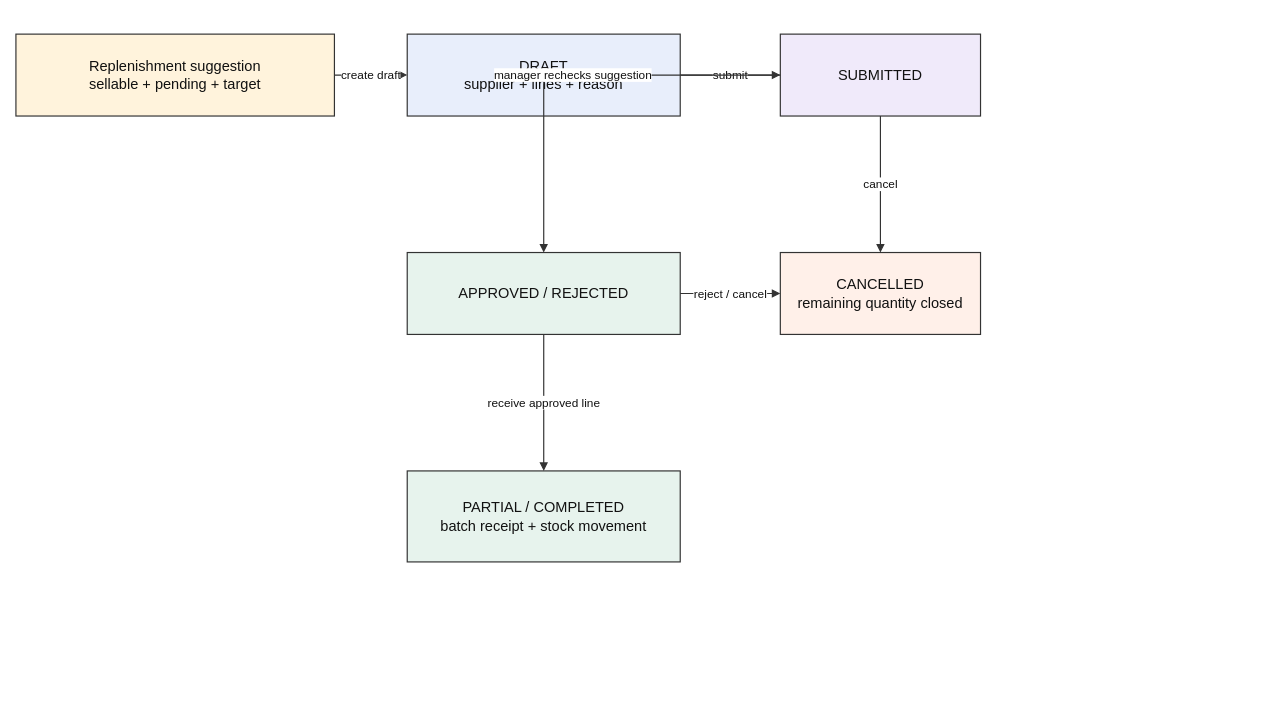
Before: thesis/figure-assets/diagrams/26-purchasing-workflow.drawio in ZeroRegister/SupermarketsSystem, a draw.io diagram. Source tidied: cells renumbered, new cells numbered last; positions are measured from the earlier drawing's top-left corner, leaving out a move shared by most shapes. Both pictures are drawn from the tidied source at 91%, with x=0, y=0 at pixel (15, 34).
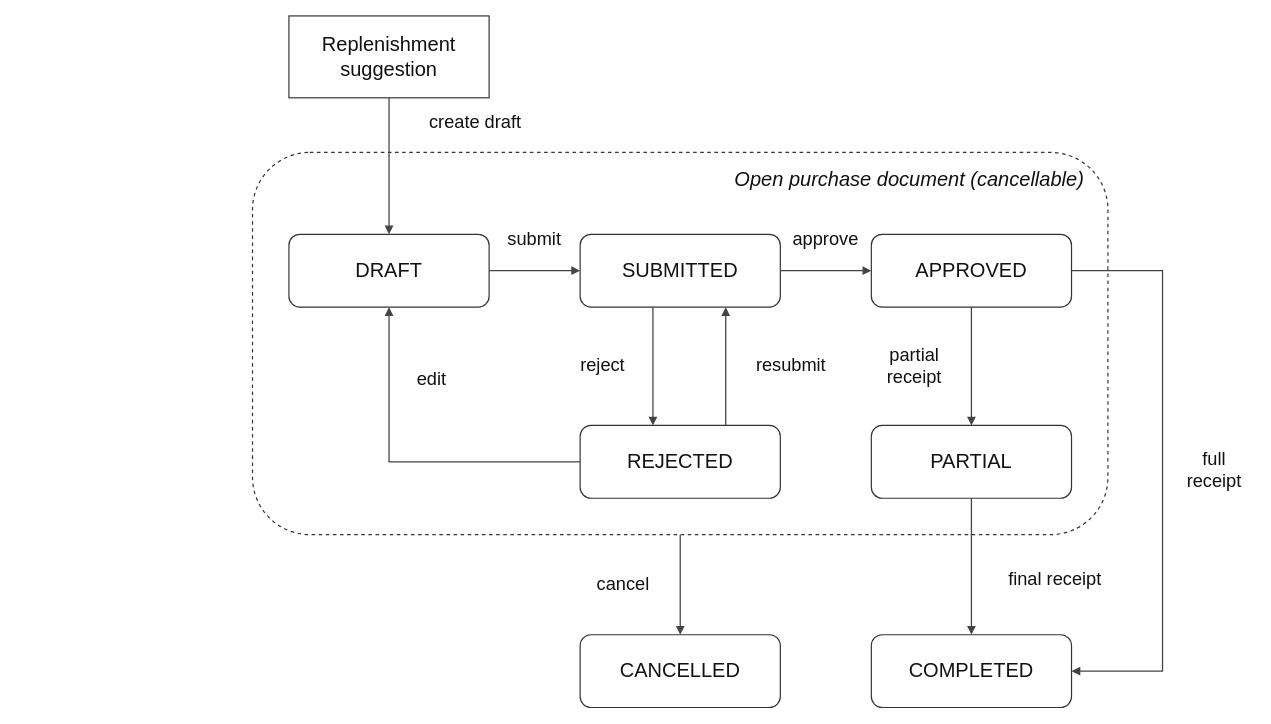
After the change.

Diff of the diagram source:
```diff
@@
-    <mxCell id="2" value="Replenishment suggestion&#10;sellable + pending + target" style="whiteSpace=wrap;html=1;fontFamily=Arial;fontSize=16;fontColor=#111111;strokeColor=#333333;strokeWidth=1.3;rounded=0;fillColor=#ffffff;fillColor=#fff3dc;" parent="1" vertex="1">
-      <mxGeometry width="350" height="90" as="geometry" />
+    <mxCell id="2" value="Replenishment&#10;suggestion" style="whiteSpace=wrap;html=1;fontFamily=Arial;fontSize=22;fontColor=#111111;strokeColor=#333333;strokeWidth=1.3;rounded=0;fillColor=#ffffff;fontSize=22;" parent="1" vertex="1">
+      <mxGeometry x="300" y="-20" width="220" height="90" as="geometry" />
     </mxCell>
-    <mxCell id="3" value="DRAFT&#10;supplier + lines + reason" style="whiteSpace=wrap;html=1;fontFamily=Arial;fontSize=16;fontColor=#111111;strokeColor=#333333;strokeWidth=1.3;rounded=0;fillColor=#ffffff;fillColor=#e8eefb;" parent="1" vertex="1">
-      <mxGeometry x="430" width="300" height="90" as="geometry" />
+    <mxCell id="3" value="Open purchase document (cancellable)" style="whiteSpace=wrap;html=1;fontFamily=Arial;fontSize=22;fontColor=#111111;strokeColor=#333333;strokeWidth=1.3;rounded=0;fillColor=#ffffff;rounded=1;dashed=1;fillColor=none;align=right;verticalAlign=top;spacingRight=24;spacingTop=10;fontStyle=2;fontSize=22;" parent="1" vertex="1">
+      <mxGeometry x="260" y="130" width="940" height="420" as="geometry" />
     </mxCell>
-    <mxCell id="4" value="SUBMITTED" style="whiteSpace=wrap;html=1;fontFamily=Arial;fontSize=16;fontColor=#111111;strokeColor=#333333;strokeWidth=1.3;rounded=0;fillColor=#ffffff;fillColor=#f0eafa;" parent="1" vertex="1">
-      <mxGeometry x="840" width="220" height="90" as="geometry" />
+    <mxCell id="4" value="DRAFT" style="whiteSpace=wrap;html=1;fontFamily=Arial;fontSize=22;fontColor=#111111;strokeColor=#333333;strokeWidth=1.3;rounded=0;fillColor=#ffffff;rounded=1;fontSize=22;" parent="1" vertex="1">
+      <mxGeometry x="300" y="220" width="220" height="80" as="geometry" />
     </mxCell>
-    <mxCell id="5" value="APPROVED / REJECTED" style="whiteSpace=wrap;html=1;fontFamily=Arial;fontSize=16;fontColor=#111111;strokeColor=#333333;strokeWidth=1.3;rounded=0;fillColor=#ffffff;fillColor=#e7f3ed;" parent="1" vertex="1">
-      <mxGeometry x="430" y="240" width="300" height="90" as="geometry" />
+    <mxCell id="5" value="SUBMITTED" style="whiteSpace=wrap;html=1;fontFamily=Arial;fontSize=22;fontColor=#111111;strokeColor=#333333;strokeWidth=1.3;rounded=0;fillColor=#ffffff;rounded=1;fontSize=22;" parent="1" vertex="1">
+      <mxGeometry x="620" y="220" width="220" height="80" as="geometry" />
     </mxCell>
-    <mxCell id="6" value="PARTIAL / COMPLETED&#10;batch receipt + stock movement" style="whiteSpace=wrap;html=1;fontFamily=Arial;fontSize=16;fontColor=#111111;strokeColor=#333333;strokeWidth=1.3;rounded=0;fillColor=#ffffff;fillColor=#e7f3ed;" parent="1" vertex="1">
-      <mxGeometry x="430" y="480" width="300" height="100" as="geometry" />
+    <mxCell id="6" value="APPROVED" style="whiteSpace=wrap;html=1;fontFamily=Arial;fontSize=22;fontColor=#111111;strokeColor=#333333;strokeWidth=1.3;rounded=0;fillColor=#ffffff;rounded=1;fontSize=22;" parent="1" vertex="1">
+      <mxGeometry x="940" y="220" width="220" height="80" as="geometry" />
     </mxCell>
-    <mxCell id="7" value="CANCELLED&#10;remaining quantity closed" style="whiteSpace=wrap;html=1;fontFamily=Arial;fontSize=16;fontColor=#111111;strokeColor=#333333;strokeWidth=1.3;rounded=0;fillColor=#ffffff;fillColor=#fff0e9;" parent="1" vertex="1">
-      <mxGeometry x="840" y="240" width="220" height="90" as="geometry" />
+    <mxCell id="7" value="REJECTED" style="whiteSpace=wrap;html=1;fontFamily=Arial;fontSize=22;fontColor=#111111;strokeColor=#333333;strokeWidth=1.3;rounded=0;fillColor=#ffffff;rounded=1;fontSize=22;" parent="1" vertex="1">
+      <mxGeometry x="620" y="430" width="220" height="80" as="geometry" />
     </mxCell>
-    <mxCell id="8" value="create draft" style="whiteSpace=wrap;html=1;fontFamily=Arial;fontSize=16;fontColor=#111111;strokeColor=#333333;strokeWidth=1.3;edgeStyle=orthogonalEdgeStyle;rounded=1;jettySize=auto;fontSize=13;whiteSpace=nowrap;labelBackgroundColor=#ffffff;endArrow=block;endFill=1;" parent="1" edge="1" source="2" target="3">
-      <mxGeometry relative="1" as="geometry" />
+    <mxCell id="8" value="PARTIAL" style="whiteSpace=wrap;html=1;fontFamily=Arial;fontSize=22;fontColor=#111111;strokeColor=#333333;strokeWidth=1.3;rounded=0;fillColor=#ffffff;rounded=1;fontSize=22;" parent="1" vertex="1">
+      <mxGeometry x="940" y="430" width="220" height="80" as="geometry" />
     </mxCell>
-    <mxCell id="9" value="submit" style="whiteSpace=wrap;html=1;fontFamily=Arial;fontSize=16;fontColor=#111111;strokeColor=#333333;strokeWidth=1.3;edgeStyle=orthogonalEdgeStyle;rounded=1;jettySize=auto;fontSize=13;whiteSpace=nowrap;labelBackgroundColor=#ffffff;endArrow=block;endFill=1;" parent="1" edge="1" source="3" target="4">
-      <mxGeometry relative="1" as="geometry" />
+    <mxCell id="9" value="CANCELLED" style="whiteSpace=wrap;html=1;fontFamily=Arial;fontSize=22;fontColor=#111111;strokeColor=#333333;strokeWidth=1.3;rounded=0;fillColor=#ffffff;rounded=1;fontSize=22;" parent="1" vertex="1">
+      <mxGeometry x="620" y="660" width="220" height="80" as="geometry" />
     </mxCell>
-    <mxCell id="10" value="manager rechecks suggestion" style="whiteSpace=wrap;html=1;fontFamily=Arial;fontSize=16;fontColor=#111111;strokeColor=#333333;strokeWidth=1.3;edgeStyle=orthogonalEdgeStyle;rounded=1;jettySize=auto;fontSize=13;whiteSpace=nowrap;labelBackgroundColor=#ffffff;endArrow=block;endFill=1;" parent="1" edge="1" source="4" target="5">
-      <mxGeometry relative="1" as="geometry" />
+    <mxCell id="10" value="COMPLETED" style="whiteSpace=wrap;html=1;fontFamily=Arial;fontSize=22;fontColor=#111111;strokeColor=#333333;strokeWidth=1.3;rounded=0;fillColor=#ffffff;rounded=1;fontSize=22;" parent="1" vertex="1">
+      <mxGeometry x="940" y="660" width="220" height="80" as="geometry" />
     </mxCell>
-    <mxCell id="11" value="receive approved line" style="whiteSpace=wrap;html=1;fontFamily=Arial;fontSize=16;fontColor=#111111;strokeColor=#333333;strokeWidth=1.3;edgeStyle=orthogonalEdgeStyle;rounded=1;jettySize=auto;fontSize=13;whiteSpace=nowrap;labelBackgroundColor=#ffffff;endArrow=block;endFill=1;" parent="1" edge="1" source="5" target="6">
-      <mxGeometry relative="1" as="geometry" />
+    <mxCell id="11" style="html=1;rounded=0;strokeColor=#444444;strokeWidth=1.4;endArrow=block;endFill=1;" parent="1" edge="1">
+      <mxGeometry relative="1" as="geometry">
+        <mxPoint x="410" y="70" as="sourcePoint" />
+        <mxPoint x="410" y="220" as="targetPoint" />
+      </mxGeometry>
     </mxCell>
-    <mxCell id="12" value="cancel" style="whiteSpace=wrap;html=1;fontFamily=Arial;fontSize=16;fontColor=#111111;strokeColor=#333333;strokeWidth=1.3;edgeStyle=orthogonalEdgeStyle;rounded=1;jettySize=auto;fontSize=13;whiteSpace=nowrap;labelBackgroundColor=#ffffff;endArrow=block;endFill=1;" parent="1" edge="1" source="4" target="7">
-      <mxGeometry relative="1" as="geometry" />
+    <mxCell id="12" value="create draft" style="whiteSpace=wrap;html=1;fontFamily=Arial;fontSize=22;fontColor=#111111;strokeColor=#333333;strokeWidth=1.3;rounded=0;fillColor=#ffffff;strokeColor=none;fillColor=#ffffff;fontSize=20;fontSize=20;" parent="1" vertex="1">
+      <mxGeometry x="425" y="78" width="160" height="36" as="geometry" />
     </mxCell>
-    <mxCell id="13" value="reject / cancel" style="whiteSpace=wrap;html=1;fontFamily=Arial;fontSize=16;fontColor=#111111;strokeColor=#333333;strokeWidth=1.3;edgeStyle=orthogonalEdgeStyle;rounded=1;jettySize=auto;fontSize=13;whiteSpace=nowrap;labelBackgroundColor=#ffffff;endArrow=block;endFill=1;" parent="1" edge="1" source="5" target="7">
-      <mxGeometry relative="1" as="geometry" />
+    <mxCell id="13" style="html=1;rounded=0;strokeColor=#444444;strokeWidth=1.4;endArrow=block;endFill=1;" parent="1" edge="1">
+      <mxGeometry relative="1" as="geometry">
+        <mxPoint x="520" y="260" as="sourcePoint" />
+        <mxPoint x="620" y="260" as="targetPoint" />
+      </mxGeometry>
     </mxCell>
+    <mxCell id="14" value="submit" style="whiteSpace=wrap;html=1;fontFamily=Arial;fontSize=22;fontColor=#111111;strokeColor=#333333;strokeWidth=1.3;rounded=0;fillColor=#ffffff;strokeColor=none;fillColor=#ffffff;fontSize=20;fontSize=20;" parent="1" vertex="1">
+      <mxGeometry x="523" y="206" width="94" height="36" as="geometry" />
+    </mxCell>
+    <mxCell id="15" style="html=1;rounded=0;strokeColor=#444444;strokeWidth=1.4;endArrow=block;endFill=1;" parent="1" edge="1">
+      <mxGeometry relative="1" as="geometry">
+        <mxPoint x="840" y="260" as="sourcePoint" />
+        <mxPoint x="940" y="260" as="targetPoint" />
+      </mxGeometry>
+    </mxCell>
+    <mxCell id="16" value="approve" style="whiteSpace=wrap;html=1;fontFamily=Arial;fontSize=22;fontColor=#111111;strokeColor=#333333;strokeWidth=1.3;rounded=0;fillColor=#ffffff;strokeColor=none;fillColor=#ffffff;fontSize=20;fontSize=20;" parent="1" vertex="1">
+      <mxGeometry x="843" y="206" width="94" height="36" as="geometry" />
+    </mxCell>
+    <mxCell id="17" style="html=1;rounded=0;strokeColor=#444444;strokeWidth=1.4;endArrow=block;endFill=1;" parent="1" edge="1">
+      <mxGeometry relative="1" as="geometry">
+        <mxPoint x="700" y="300" as="sourcePoint" />
+        <mxPoint x="700" y="430" as="targetPoint" />
+      </mxGeometry>
+    </mxCell>
+    <mxCell id="18" value="reject" style="whiteSpace=wrap;html=1;fontFamily=Arial;fontSize=22;fontColor=#111111;strokeColor=#333333;strokeWidth=1.3;rounded=0;fillColor=#ffffff;strokeColor=none;fillColor=#ffffff;fontSize=20;fontSize=20;" parent="1" vertex="1">
+      <mxGeometry x="600" y="345" width="90" height="36" as="geometry" />
+    </mxCell>
+    <mxCell id="19" style="html=1;rounded=0;strokeColor=#444444;strokeWidth=1.4;endArrow=block;endFill=1;" parent="1" edge="1">
+      <mxGeometry relative="1" as="geometry">
+        <mxPoint x="780" y="430" as="sourcePoint" />
+        <mxPoint x="780" y="300" as="targetPoint" />
+      </mxGeometry>
+    </mxCell>
+    <mxCell id="20" value="resubmit" style="whiteSpace=wrap;html=1;fontFamily=Arial;fontSize=22;fontColor=#111111;strokeColor=#333333;strokeWidth=1.3;rounded=0;fillColor=#ffffff;strokeColor=none;fillColor=#ffffff;fontSize=20;fontSize=20;" parent="1" vertex="1">
+      <mxGeometry x="792" y="345" width="120" height="36" as="geometry" />
+    </mxCell>
+    <mxCell id="21" style="html=1;rounded=0;strokeColor=#444444;strokeWidth=1.4;endArrow=block;endFill=1;" parent="1" edge="1">
+      <mxGeometry relative="1" as="geometry">
+        <mxPoint x="620" y="470" as="sourcePoint" />
+        <mxPoint x="410" y="300" as="targetPoint" />
+        <Array as="points">
+          <mxPoint x="410" y="470" />
+        </Array>
+      </mxGeometry>
+    </mxCell>
+    <mxCell id="22" value="edit" style="whiteSpace=wrap;html=1;fontFamily=Arial;fontSize=22;fontColor=#111111;strokeColor=#333333;strokeWidth=1.3;rounded=0;fillColor=#ffffff;strokeColor=none;fillColor=#ffffff;fontSize=20;fontSize=20;" parent="1" vertex="1">
+      <mxGeometry x="422" y="360" width="70" height="36" as="geometry" />
+    </mxCell>
+    <mxCell id="23" style="html=1;rounded=0;strokeColor=#444444;strokeWidth=1.4;endArrow=block;endFill=1;" parent="1" edge="1">
+      <mxGeometry relative="1" as="geometry">
+        <mxPoint x="1050" y="300" as="sourcePoint" />
+        <mxPoint x="1050" y="430" as="targetPoint" />
+      </mxGeometry>
+    </mxCell>
+    <mxCell id="24" value="partial&#10;receipt" style="whiteSpace=wrap;html=1;fontFamily=Arial;fontSize=22;fontColor=#111111;strokeColor=#333333;strokeWidth=1.3;rounded=0;fillColor=#ffffff;strokeColor=none;fillColor=#ffffff;fontSize=20;fontSize=20;" parent="1" vertex="1">
+      <mxGeometry x="935" y="332" width="105" height="64" as="geometry" />
+    </mxCell>
+    <mxCell id="25" style="html=1;rounded=0;strokeColor=#444444;strokeWidth=1.4;endArrow=block;endFill=1;" parent="1" edge="1">
+      <mxGeometry relative="1" as="geometry">
+        <mxPoint x="1050" y="510" as="sourcePoint" />
+        <mxPoint x="1050" y="660" as="targetPoint" />
+      </mxGeometry>
+    </mxCell>
+    <mxCell id="26" value="final receipt" style="whiteSpace=wrap;html=1;fontFamily=Arial;fontSize=22;fontColor=#111111;strokeColor=#333333;strokeWidth=1.3;rounded=0;fillColor=#ffffff;strokeColor=none;fillColor=#ffffff;fontSize=20;fontSize=20;" parent="1" vertex="1">
+      <mxGeometry x="1062" y="580" width="160" height="36" as="geometry" />
+    </mxCell>
+    <mxCell id="27" style="html=1;rounded=0;strokeColor=#444444;strokeWidth=1.4;endArrow=block;endFill=1;" parent="1" edge="1">
+      <mxGeometry relative="1" as="geometry">
+        <mxPoint x="1160" y="260" as="sourcePoint" />
+        <mxPoint x="1160" y="700" as="targetPoint" />
+        <Array as="points">
+          <mxPoint x="1260" y="260" />
+          <mxPoint x="1260" y="700" />
+        </Array>
+      </mxGeometry>
+    </mxCell>
+    <mxCell id="28" value="full&#10;receipt" style="whiteSpace=wrap;html=1;fontFamily=Arial;fontSize=22;fontColor=#111111;strokeColor=#333333;strokeWidth=1.3;rounded=0;fillColor=#ffffff;strokeColor=none;fillColor=#ffffff;fontSize=20;fontSize=20;" parent="1" vertex="1">
+      <mxGeometry x="1272" y="446" width="90" height="64" as="geometry" />
+    </mxCell>
+    <mxCell id="29" style="html=1;rounded=0;strokeColor=#444444;strokeWidth=1.4;endArrow=block;endFill=1;" parent="1" edge="1">
+      <mxGeometry relative="1" as="geometry">
+        <mxPoint x="730" y="550" as="sourcePoint" />
+        <mxPoint x="730" y="660" as="targetPoint" />
+      </mxGeometry>
+    </mxCell>
+    <mxCell id="30" value="cancel" style="whiteSpace=wrap;html=1;fontFamily=Arial;fontSize=22;fontColor=#111111;strokeColor=#333333;strokeWidth=1.3;rounded=0;fillColor=#ffffff;strokeColor=none;fillColor=#ffffff;fontSize=20;fontSize=20;" parent="1" vertex="1">
+      <mxGeometry x="620" y="585" width="95" height="36" as="geometry" />
+    </mxCell>
```
